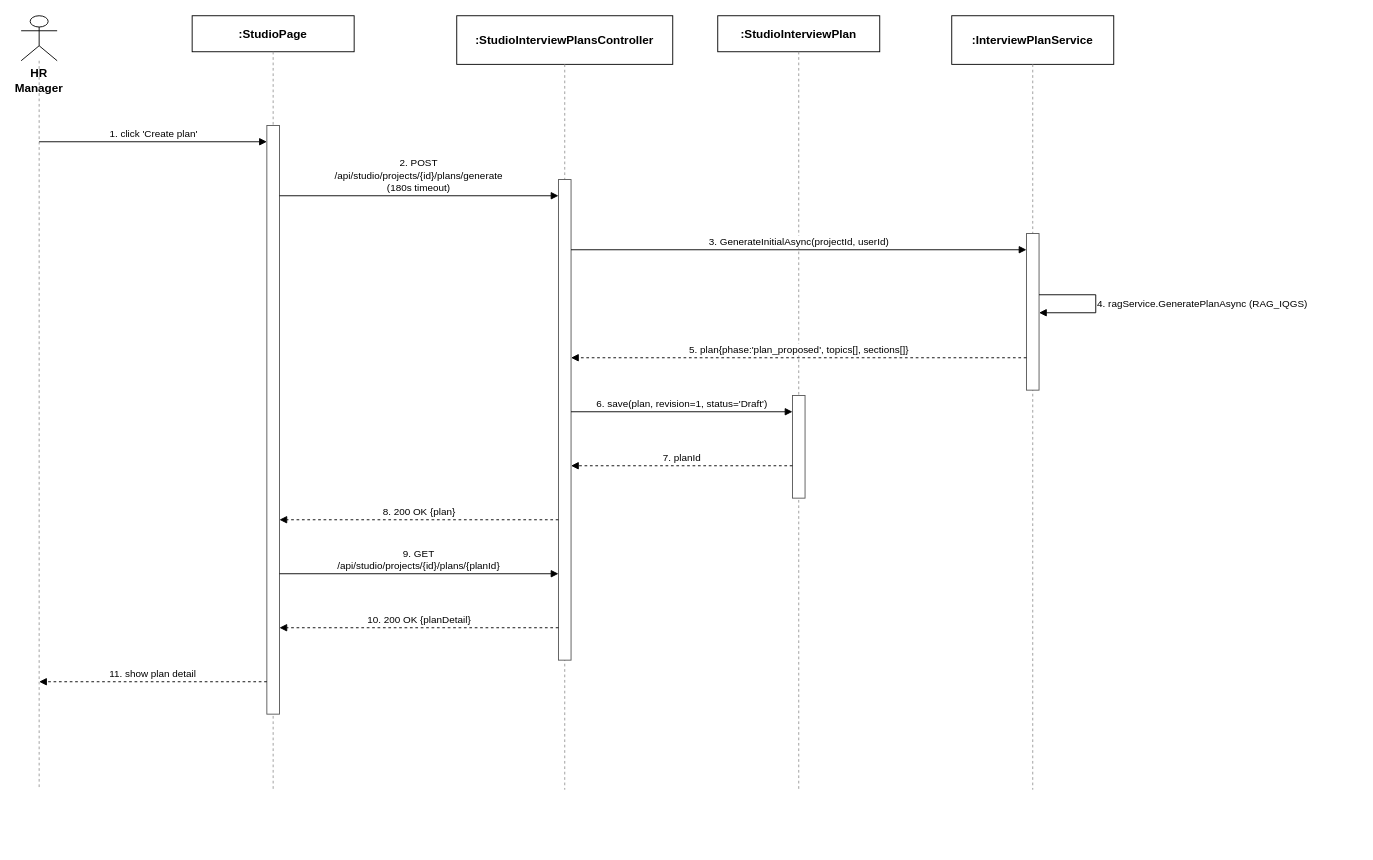
This is docs/qa/Nam_SequenceDiagram/11_AIQuestionGenerationManagement_GeneratePlan.drawio from tulklk/AI_Interview_Question_Generation_RAG_LLM_FE, a draw.io file, before an edit. Source tidied: cells renumbered, new cells numbered last; positions are measured from the earlier drawing's top-left corner, leaving out a move shared by most shapes. Both pictures are drawn from the tidied source at 90%, with x=0, y=0 at pixel (21, 15).
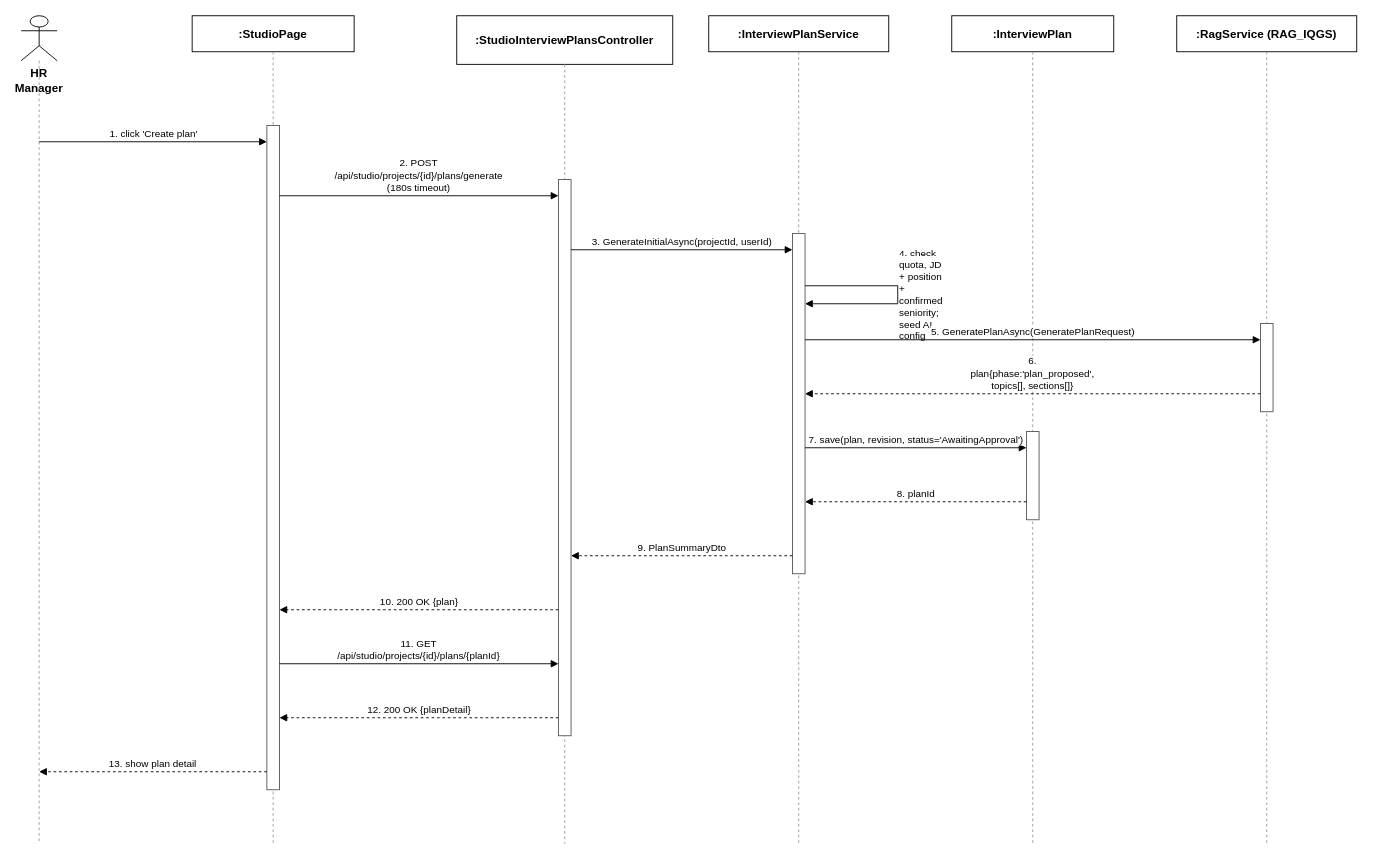
Above is the later version.

What changed in the source:
```diff
@@
     <mxCell id="3" style="endArrow=none;dashed=1;html=1;strokeColor=#999999;" parent="1" edge="1">
       <mxGeometry relative="1" as="geometry">
         <mxPoint x="20" y="50" as="sourcePoint" />
-        <mxPoint x="20" y="860" as="targetPoint" />
+        <mxPoint x="20" y="920" as="targetPoint" />
       </mxGeometry>
     </mxCell>
@@
     <mxCell id="5" style="endArrow=none;dashed=1;html=1;strokeColor=#999999;" parent="1" edge="1">
       <mxGeometry relative="1" as="geometry">
         <mxPoint x="280" y="40" as="sourcePoint" />
-        <mxPoint x="280" y="860" as="targetPoint" />
+        <mxPoint x="280" y="920" as="targetPoint" />
       </mxGeometry>
     </mxCell>
@@
     <mxCell id="7" style="endArrow=none;dashed=1;html=1;strokeColor=#999999;" parent="1" edge="1">
       <mxGeometry relative="1" as="geometry">
         <mxPoint x="604" y="54" as="sourcePoint" />
-        <mxPoint x="604" y="860" as="targetPoint" />
+        <mxPoint x="604" y="920" as="targetPoint" />
       </mxGeometry>
     </mxCell>
-    <mxCell id="8" value=":StudioInterviewPlan" style="rounded=0;whiteSpace=wrap;html=1;fontSize=13;fillColor=#ffffff;strokeColor=#000000;fontStyle=1;" parent="1" vertex="1">
-      <mxGeometry x="774" width="180" height="40" as="geometry" />
+    <mxCell id="8" value=":InterviewPlanService" style="rounded=0;whiteSpace=wrap;html=1;fontSize=13;fillColor=#ffffff;strokeColor=#000000;fontStyle=1;" parent="1" vertex="1">
+      <mxGeometry x="764" width="200" height="40" as="geometry" />
     </mxCell>
     <mxCell id="9" style="endArrow=none;dashed=1;html=1;strokeColor=#999999;" parent="1" edge="1">
       <mxGeometry relative="1" as="geometry">
         <mxPoint x="864" y="40" as="sourcePoint" />
-        <mxPoint x="864" y="860" as="targetPoint" />
+        <mxPoint x="864" y="920" as="targetPoint" />
       </mxGeometry>
     </mxCell>
-    <mxCell id="10" value=":InterviewPlanService" style="rounded=0;whiteSpace=wrap;html=1;fontSize=13;fillColor=#ffffff;strokeColor=#000000;fontStyle=1;" parent="1" vertex="1">
-      <mxGeometry x="1034" width="180" height="54" as="geometry" />
+    <mxCell id="10" value=":InterviewPlan" style="rounded=0;whiteSpace=wrap;html=1;fontSize=13;fillColor=#ffffff;strokeColor=#000000;fontStyle=1;" parent="1" vertex="1">
+      <mxGeometry x="1034" width="180" height="40" as="geometry" />
     </mxCell>
     <mxCell id="11" style="endArrow=none;dashed=1;html=1;strokeColor=#999999;" parent="1" edge="1">
       <mxGeometry relative="1" as="geometry">
-        <mxPoint x="1124" y="54" as="sourcePoint" />
-        <mxPoint x="1124" y="860" as="targetPoint" />
+        <mxPoint x="1124" y="40" as="sourcePoint" />
+        <mxPoint x="1124" y="920" as="targetPoint" />
       </mxGeometry>
     </mxCell>
-    <mxCell id="12" style="rounded=0;whiteSpace=wrap;html=1;fillColor=#ffffff;strokeColor=#555555;" parent="1" vertex="1">
-      <mxGeometry x="273" y="122" width="14" height="654" as="geometry" />
+    <mxCell id="12" value=":RagService (RAG_IQGS)" style="rounded=0;whiteSpace=wrap;html=1;fontSize=13;fillColor=#ffffff;strokeColor=#000000;fontStyle=1;" parent="1" vertex="1">
+      <mxGeometry x="1284" width="200" height="40" as="geometry" />
     </mxCell>
-    <mxCell id="13" style="rounded=0;whiteSpace=wrap;html=1;fillColor=#ffffff;strokeColor=#555555;" parent="1" vertex="1">
-      <mxGeometry x="597" y="182" width="14" height="534" as="geometry" />
+    <mxCell id="13" style="endArrow=none;dashed=1;html=1;strokeColor=#999999;" parent="1" edge="1">
+      <mxGeometry relative="1" as="geometry">
+        <mxPoint x="1384" y="40" as="sourcePoint" />
+        <mxPoint x="1384" y="920" as="targetPoint" />
+      </mxGeometry>
     </mxCell>
     <mxCell id="14" style="rounded=0;whiteSpace=wrap;html=1;fillColor=#ffffff;strokeColor=#555555;" parent="1" vertex="1">
-      <mxGeometry x="1117" y="242" width="14" height="174" as="geometry" />
+      <mxGeometry x="273" y="122" width="14" height="738" as="geometry" />
     </mxCell>
     <mxCell id="15" style="rounded=0;whiteSpace=wrap;html=1;fillColor=#ffffff;strokeColor=#555555;" parent="1" vertex="1">
-      <mxGeometry x="857" y="422" width="14" height="114" as="geometry" />
+      <mxGeometry x="597" y="182" width="14" height="618" as="geometry" />
     </mxCell>
-    <mxCell id="16" value="1. click 'Create plan'" style="endArrow=block;endFill=1;html=1;fontSize=11;align=center;verticalAlign=bottom;labelBackgroundColor=#ffffff;strokeColor=#000000;" parent="1" edge="1">
-      <mxGeometry relative="1" as="geometry">
-        <mxPoint x="20" y="140" as="sourcePoint" />
-        <mxPoint x="273" y="140" as="targetPoint" />
-      </mxGeometry>
+    <mxCell id="16" style="rounded=0;whiteSpace=wrap;html=1;fillColor=#ffffff;strokeColor=#555555;" parent="1" vertex="1">
+      <mxGeometry x="857" y="242" width="14" height="378" as="geometry" />
     </mxCell>
-    <mxCell id="17" value="2. POST /api/studio/projects/{id}/plans/generate (180s timeout)" style="endArrow=block;endFill=1;html=1;whiteSpace=wrap;fontSize=11;align=center;verticalAlign=bottom;labelBackgroundColor=#ffffff;strokeColor=#000000;" parent="1" edge="1">
-      <mxGeometry relative="1" as="geometry">
-        <mxPoint x="287" y="200" as="sourcePoint" />
-        <mxPoint x="597" y="200" as="targetPoint" />
-      </mxGeometry>
+    <mxCell id="17" style="rounded=0;whiteSpace=wrap;html=1;fillColor=#ffffff;strokeColor=#555555;" parent="1" vertex="1">
+      <mxGeometry x="1377" y="342" width="14" height="98" as="geometry" />
     </mxCell>
-    <mxCell id="18" value="3. GenerateInitialAsync(projectId, userId)" style="endArrow=block;endFill=1;html=1;fontSize=11;align=center;verticalAlign=bottom;labelBackgroundColor=#ffffff;strokeColor=#000000;" parent="1" edge="1">
-      <mxGeometry relative="1" as="geometry">
-        <mxPoint x="611" y="260" as="sourcePoint" />
-        <mxPoint x="1117" y="260" as="targetPoint" />
-      </mxGeometry>
+    <mxCell id="18" style="rounded=0;whiteSpace=wrap;html=1;fillColor=#ffffff;strokeColor=#555555;" parent="1" vertex="1">
+      <mxGeometry x="1117" y="462" width="14" height="98" as="geometry" />
     </mxCell>
-    <mxCell id="19" value="4. ragService.GeneratePlanAsync (RAG_IQGS)" style="endArrow=block;endFill=1;html=1;fontSize=11;align=left;verticalAlign=middle;labelBackgroundColor=#ffffff;rounded=0;strokeColor=#000000;" parent="1" edge="1">
+    <mxCell id="19" value="1. click 'Create plan'" style="endArrow=block;endFill=1;html=1;fontSize=11;align=center;verticalAlign=bottom;labelBackgroundColor=#ffffff;strokeColor=#000000;" parent="1" edge="1">
       <mxGeometry relative="1" as="geometry">
-        <mxPoint x="1131" y="310" as="sourcePoint" />
-        <mxPoint x="1131" y="330" as="targetPoint" />
-        <Array as="points">
-          <mxPoint x="1194" y="310" />
-          <mxPoint x="1194" y="330" />
-        </Array>
+        <mxPoint x="20" y="140" as="sourcePoint" />
+        <mxPoint x="273" y="140" as="targetPoint" />
       </mxGeometry>
     </mxCell>
-    <mxCell id="20" value="5. plan{phase:'plan_proposed', topics[], sections[]}" style="endArrow=block;endFill=1;html=1;dashed=1;fontSize=11;align=center;verticalAlign=bottom;labelBackgroundColor=#ffffff;strokeColor=#000000;" parent="1" edge="1">
+    <mxCell id="20" value="2. POST /api/studio/projects/{id}/plans/generate (180s timeout)" style="endArrow=block;endFill=1;html=1;whiteSpace=wrap;fontSize=11;align=center;verticalAlign=bottom;labelBackgroundColor=#ffffff;strokeColor=#000000;" parent="1" edge="1">
       <mxGeometry relative="1" as="geometry">
-        <mxPoint x="1117" y="380" as="sourcePoint" />
-        <mxPoint x="611" y="380" as="targetPoint" />
+        <mxPoint x="287" y="200" as="sourcePoint" />
+        <mxPoint x="597" y="200" as="targetPoint" />
       </mxGeometry>
     </mxCell>
-    <mxCell id="21" value="6. save(plan, revision=1, status='Draft')" style="endArrow=block;endFill=1;html=1;fontSize=11;align=center;verticalAlign=bottom;labelBackgroundColor=#ffffff;strokeColor=#000000;" parent="1" edge="1">
+    <mxCell id="21" value="3. GenerateInitialAsync(projectId, userId)" style="endArrow=block;endFill=1;html=1;fontSize=11;align=center;verticalAlign=bottom;labelBackgroundColor=#ffffff;strokeColor=#000000;" parent="1" edge="1">
       <mxGeometry relative="1" as="geometry">
-        <mxPoint x="611" y="440" as="sourcePoint" />
-        <mxPoint x="857" y="440" as="targetPoint" />
+        <mxPoint x="611" y="260" as="sourcePoint" />
+        <mxPoint x="857" y="260" as="targetPoint" />
       </mxGeometry>
     </mxCell>
-    <mxCell id="22" value="7. planId" style="endArrow=block;endFill=1;html=1;dashed=1;fontSize=11;align=center;verticalAlign=bottom;labelBackgroundColor=#ffffff;strokeColor=#000000;" parent="1" edge="1">
+    <mxCell id="22" value="4. check quota, JD + position + confirmed seniority; seed AI config" style="endArrow=block;endFill=1;html=1;whiteSpace=wrap;fontSize=11;align=left;verticalAlign=middle;labelBackgroundColor=#ffffff;rounded=0;strokeColor=#000000;" parent="1" edge="1">
       <mxGeometry relative="1" as="geometry">
-        <mxPoint x="857" y="500" as="sourcePoint" />
-        <mxPoint x="611" y="500" as="targetPoint" />
+        <mxPoint x="871" y="300" as="sourcePoint" />
+        <mxPoint x="871" y="320" as="targetPoint" />
+        <Array as="points">
+          <mxPoint x="974" y="300" />
+          <mxPoint x="974" y="320" />
+        </Array>
       </mxGeometry>
     </mxCell>
-    <mxCell id="23" value="8. 200 OK {plan}" style="endArrow=block;endFill=1;html=1;dashed=1;fontSize=11;align=center;verticalAlign=bottom;labelBackgroundColor=#ffffff;strokeColor=#000000;" parent="1" edge="1">
+    <mxCell id="23" value="5. GeneratePlanAsync(GeneratePlanRequest)" style="endArrow=block;endFill=1;html=1;fontSize=11;align=center;verticalAlign=bottom;labelBackgroundColor=#ffffff;strokeColor=#000000;" parent="1" edge="1">
       <mxGeometry relative="1" as="geometry">
-        <mxPoint x="597" y="560" as="sourcePoint" />
-        <mxPoint x="287" y="560" as="targetPoint" />
+        <mxPoint x="871" y="360" as="sourcePoint" />
+        <mxPoint x="1377" y="360" as="targetPoint" />
       </mxGeometry>
     </mxCell>
-    <mxCell id="24" value="9. GET /api/studio/projects/{id}/plans/{planId}" style="endArrow=block;endFill=1;html=1;whiteSpace=wrap;fontSize=11;align=center;verticalAlign=bottom;labelBackgroundColor=#ffffff;strokeColor=#000000;" parent="1" edge="1">
+    <mxCell id="24" value="6. plan{phase:'plan_proposed', topics[], sections[]}" style="endArrow=block;endFill=1;html=1;whiteSpace=wrap;dashed=1;fontSize=11;align=center;verticalAlign=bottom;labelBackgroundColor=#ffffff;strokeColor=#000000;" parent="1" edge="1">
       <mxGeometry relative="1" as="geometry">
-        <mxPoint x="287" y="620" as="sourcePoint" />
-        <mxPoint x="597" y="620" as="targetPoint" />
+        <mxPoint x="1377" y="420" as="sourcePoint" />
+        <mxPoint x="871" y="420" as="targetPoint" />
       </mxGeometry>
     </mxCell>
-    <mxCell id="25" value="10. 200 OK {planDetail}" style="endArrow=block;endFill=1;html=1;dashed=1;fontSize=11;align=center;verticalAlign=bottom;labelBackgroundColor=#ffffff;strokeColor=#000000;" parent="1" edge="1">
+    <mxCell id="25" value="7. save(plan, revision, status='AwaitingApproval')" style="endArrow=block;endFill=1;html=1;fontSize=11;align=center;verticalAlign=bottom;labelBackgroundColor=#ffffff;strokeColor=#000000;" parent="1" edge="1">
       <mxGeometry relative="1" as="geometry">
-        <mxPoint x="597" y="680" as="sourcePoint" />
-        <mxPoint x="287" y="680" as="targetPoint" />
+        <mxPoint x="871" y="480" as="sourcePoint" />
+        <mxPoint x="1117" y="480" as="targetPoint" />
       </mxGeometry>
     </mxCell>
-    <mxCell id="26" value="11. show plan detail" style="endArrow=block;endFill=1;html=1;dashed=1;fontSize=11;align=center;verticalAlign=bottom;labelBackgroundColor=#ffffff;strokeColor=#000000;" parent="1" edge="1">
+    <mxCell id="26" value="8. planId" style="endArrow=block;endFill=1;html=1;dashed=1;fontSize=11;align=center;verticalAlign=bottom;labelBackgroundColor=#ffffff;strokeColor=#000000;" parent="1" edge="1">
       <mxGeometry relative="1" as="geometry">
-        <mxPoint x="273" y="740" as="sourcePoint" />
-        <mxPoint x="20" y="740" as="targetPoint" />
+        <mxPoint x="1117" y="540" as="sourcePoint" />
+        <mxPoint x="871" y="540" as="targetPoint" />
       </mxGeometry>
     </mxCell>
+    <mxCell id="27" value="9. PlanSummaryDto" style="endArrow=block;endFill=1;html=1;dashed=1;fontSize=11;align=center;verticalAlign=bottom;labelBackgroundColor=#ffffff;strokeColor=#000000;" parent="1" edge="1">
+      <mxGeometry relative="1" as="geometry">
+        <mxPoint x="857" y="600" as="sourcePoint" />
+        <mxPoint x="611" y="600" as="targetPoint" />
+      </mxGeometry>
+    </mxCell>
+    <mxCell id="28" value="10. 200 OK {plan}" style="endArrow=block;endFill=1;html=1;dashed=1;fontSize=11;align=center;verticalAlign=bottom;labelBackgroundColor=#ffffff;strokeColor=#000000;" parent="1" edge="1">
+      <mxGeometry relative="1" as="geometry">
+        <mxPoint x="597" y="660" as="sourcePoint" />
+        <mxPoint x="287" y="660" as="targetPoint" />
+      </mxGeometry>
+    </mxCell>
+    <mxCell id="29" value="11. GET /api/studio/projects/{id}/plans/{planId}" style="endArrow=block;endFill=1;html=1;whiteSpace=wrap;fontSize=11;align=center;verticalAlign=bottom;labelBackgroundColor=#ffffff;strokeColor=#000000;" parent="1" edge="1">
+      <mxGeometry relative="1" as="geometry">
+        <mxPoint x="287" y="720" as="sourcePoint" />
+        <mxPoint x="597" y="720" as="targetPoint" />
+      </mxGeometry>
+    </mxCell>
+    <mxCell id="30" value="12. 200 OK {planDetail}" style="endArrow=block;endFill=1;html=1;dashed=1;fontSize=11;align=center;verticalAlign=bottom;labelBackgroundColor=#ffffff;strokeColor=#000000;" parent="1" edge="1">
+      <mxGeometry relative="1" as="geometry">
+        <mxPoint x="597" y="780" as="sourcePoint" />
+        <mxPoint x="287" y="780" as="targetPoint" />
+      </mxGeometry>
+    </mxCell>
+    <mxCell id="31" value="13. show plan detail" style="endArrow=block;endFill=1;html=1;dashed=1;fontSize=11;align=center;verticalAlign=bottom;labelBackgroundColor=#ffffff;strokeColor=#000000;" parent="1" edge="1">
+      <mxGeometry relative="1" as="geometry">
+        <mxPoint x="273" y="840" as="sourcePoint" />
+        <mxPoint x="20" y="840" as="targetPoint" />
+      </mxGeometry>
+    </mxCell>
```
